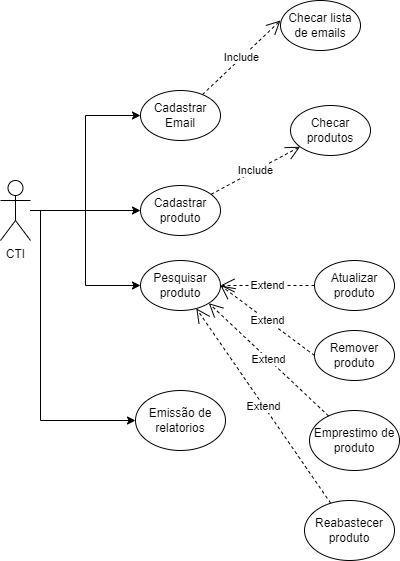
Estagio-IFSP/Estoque-CTI keeps this draw.io diagram as documents/diagrams/Diagrama de caso de uso.drawio.png. Above is the earlier version. Source tidied: cells renumbered, new cells last; positions are measured from the earlier drawing's top-left corner, leaving out a move shared by most shapes. The source it was exported from:
```xml
<mxGraphModel>
  <root>
    <mxCell id="0" />
    <mxCell id="1" parent="0" />
    <mxCell id="2" style="edgeStyle=orthogonalEdgeStyle;rounded=0;jettySize=auto;html=1;entryX=0;entryY=0.5;entryDx=0;entryDy=0;" parent="1" edge="1" source="6" target="7">
      <mxGeometry relative="1" as="geometry" />
    </mxCell>
    <mxCell id="3" style="edgeStyle=orthogonalEdgeStyle;rounded=0;jettySize=auto;html=1;entryX=0;entryY=0.5;entryDx=0;entryDy=0;" parent="1" edge="1" source="6" target="8">
      <mxGeometry relative="1" as="geometry" />
    </mxCell>
    <mxCell id="4" style="edgeStyle=orthogonalEdgeStyle;rounded=0;jettySize=auto;html=1;entryX=0;entryY=0.5;entryDx=0;entryDy=0;" parent="1" edge="1" source="6" target="13">
      <mxGeometry relative="1" as="geometry">
        <Array as="points">
          <mxPoint x="40" y="210" />
          <mxPoint x="40" y="420" />
        </Array>
      </mxGeometry>
    </mxCell>
    <mxCell id="5" style="edgeStyle=orthogonalEdgeStyle;rounded=0;jettySize=auto;html=1;entryX=0;entryY=0.5;entryDx=0;entryDy=0;" parent="1" edge="1" source="6" target="20">
      <mxGeometry relative="1" as="geometry" />
    </mxCell>
    <mxCell id="6" value="CTI" style="shape=umlActor;verticalLabelPosition=bottom;verticalAlign=top;html=1;outlineConnect=0;" parent="1" vertex="1">
      <mxGeometry y="180" width="30" height="60" as="geometry" />
    </mxCell>
    <mxCell id="7" value="Cadastrar produto" style="ellipse;whiteSpace=wrap;html=1;" parent="1" vertex="1">
      <mxGeometry x="140" y="185" width="80" height="50" as="geometry" />
    </mxCell>
    <mxCell id="8" value="Pesquisar produto" style="ellipse;whiteSpace=wrap;html=1;" parent="1" vertex="1">
      <mxGeometry x="140" y="260" width="80" height="50" as="geometry" />
    </mxCell>
    <mxCell id="9" value="Remover produto" style="ellipse;whiteSpace=wrap;html=1;" parent="1" vertex="1">
      <mxGeometry x="314" y="330" width="80" height="50" as="geometry" />
    </mxCell>
    <mxCell id="10" value="Atualizar produto" style="ellipse;whiteSpace=wrap;html=1;" parent="1" vertex="1">
      <mxGeometry x="314" y="260" width="80" height="50" as="geometry" />
    </mxCell>
    <mxCell id="11" value="Reabastecer produto" style="ellipse;whiteSpace=wrap;html=1;" parent="1" vertex="1">
      <mxGeometry x="304" y="500" width="90" height="60" as="geometry" />
    </mxCell>
    <mxCell id="12" value="Emprestimo de produto" style="ellipse;whiteSpace=wrap;html=1;" parent="1" vertex="1">
      <mxGeometry x="309" y="410" width="90" height="60" as="geometry" />
    </mxCell>
    <mxCell id="13" value="Emissão de relatorios" style="ellipse;whiteSpace=wrap;html=1;" parent="1" vertex="1">
      <mxGeometry x="135" y="390" width="90" height="60" as="geometry" />
    </mxCell>
    <mxCell id="14" value="Extend" style="endArrow=open;endSize=12;dashed=1;html=1;rounded=0;entryX=1;entryY=0.5;entryDx=0;entryDy=0;exitX=0;exitY=0.5;exitDx=0;exitDy=0;" parent="1" edge="1" source="10" target="8">
      <mxGeometry relative="1" as="geometry" />
    </mxCell>
    <mxCell id="15" value="Extend" style="endArrow=open;endSize=12;dashed=1;html=1;rounded=0;entryX=1;entryY=0.5;entryDx=0;entryDy=0;exitX=0;exitY=0.5;exitDx=0;exitDy=0;" parent="1" edge="1" source="9" target="8">
      <mxGeometry relative="1" as="geometry" />
    </mxCell>
    <mxCell id="16" value="Extend" style="endArrow=open;endSize=12;dashed=1;html=1;rounded=0;entryX=1;entryY=1;entryDx=0;entryDy=0;" parent="1" edge="1" source="12" target="8">
      <mxGeometry relative="1" as="geometry" />
    </mxCell>
    <mxCell id="17" value="Checar produtos" style="ellipse;whiteSpace=wrap;html=1;" parent="1" vertex="1">
      <mxGeometry x="290" y="105" width="80" height="50" as="geometry" />
    </mxCell>
    <mxCell id="18" value="Include" style="endArrow=open;endSize=12;dashed=1;html=1;rounded=0;" parent="1" edge="1" source="7" target="17">
      <mxGeometry relative="1" as="geometry" />
    </mxCell>
    <mxCell id="19" value="Extend" style="endArrow=open;endSize=12;dashed=1;html=1;rounded=0;" parent="1" edge="1" source="11" target="8">
      <mxGeometry relative="1" as="geometry" />
    </mxCell>
    <mxCell id="20" value="Cadastrar Email" style="ellipse;whiteSpace=wrap;html=1;" parent="1" vertex="1">
      <mxGeometry x="140" y="90" width="80" height="50" as="geometry" />
    </mxCell>
    <mxCell id="21" value="Checar lista de emails" style="ellipse;whiteSpace=wrap;html=1;" parent="1" vertex="1">
      <mxGeometry x="280" width="80" height="50" as="geometry" />
    </mxCell>
    <mxCell id="22" value="Include" style="endArrow=open;endSize=12;dashed=1;html=1;rounded=0;" parent="1" edge="1" source="20">
      <mxGeometry relative="1" as="geometry">
        <mxPoint x="280" y="20" as="targetPoint" />
      </mxGeometry>
    </mxCell>
  </root>
</mxGraphModel>
```
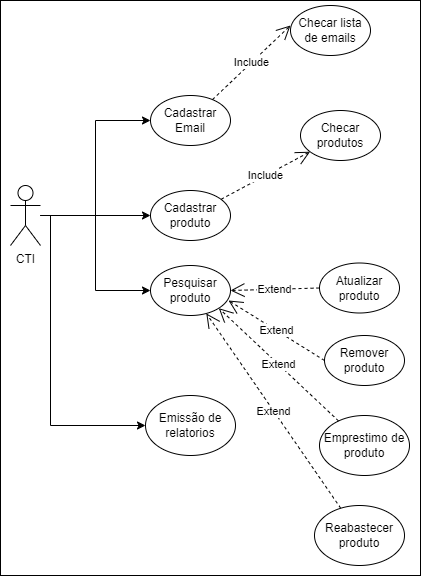
The same diagram one commit later.

What changed in the source:
```diff
@@ -2,6 +2,9 @@
   <root>
     <mxCell id="0" />
     <mxCell id="1" parent="0" />
+    <mxCell id="23" style="rounded=0;whiteSpace=wrap;html=1;" parent="1" vertex="1">
+      <mxGeometry x="-10" y="-5" width="420" height="575" as="geometry" />
+    </mxCell>
     <mxCell id="2" style="edgeStyle=orthogonalEdgeStyle;rounded=0;jettySize=auto;html=1;entryX=0;entryY=0.5;entryDx=0;entryDy=0;" parent="1" edge="1" source="6" target="7">
       <mxGeometry relative="1" as="geometry" />
     </mxCell>
@@ -32,7 +35,7 @@
       <mxGeometry x="314" y="330" width="80" height="50" as="geometry" />
     </mxCell>
     <mxCell id="10" value="Atualizar produto" style="ellipse;whiteSpace=wrap;html=1;" parent="1" vertex="1">
-      <mxGeometry x="314" y="260" width="80" height="50" as="geometry" />
+      <mxGeometry x="309" y="257.5" width="80" height="50" as="geometry" />
     </mxCell>
     <mxCell id="11" value="Reabastecer produto" style="ellipse;whiteSpace=wrap;html=1;" parent="1" vertex="1">
       <mxGeometry x="304" y="500" width="90" height="60" as="geometry" />
@@ -46,7 +49,7 @@
     <mxCell id="14" value="Extend" style="endArrow=open;endSize=12;dashed=1;html=1;rounded=0;entryX=1;entryY=0.5;entryDx=0;entryDy=0;exitX=0;exitY=0.5;exitDx=0;exitDy=0;" parent="1" edge="1" source="10" target="8">
       <mxGeometry relative="1" as="geometry" />
     </mxCell>
-    <mxCell id="15" value="Extend" style="endArrow=open;endSize=12;dashed=1;html=1;rounded=0;entryX=1;entryY=0.5;entryDx=0;entryDy=0;exitX=0;exitY=0.5;exitDx=0;exitDy=0;" parent="1" edge="1" source="9" target="8">
+    <mxCell id="15" value="Extend" style="endArrow=open;endSize=12;dashed=1;html=1;rounded=0;entryX=0.975;entryY=0.7;entryDx=0;entryDy=0;exitX=0;exitY=0.5;exitDx=0;exitDy=0;entryPerimeter=0;" parent="1" edge="1" source="9" target="8">
       <mxGeometry relative="1" as="geometry" />
     </mxCell>
     <mxCell id="16" value="Extend" style="endArrow=open;endSize=12;dashed=1;html=1;rounded=0;entryX=1;entryY=1;entryDx=0;entryDy=0;" parent="1" edge="1" source="12" target="8">
```
